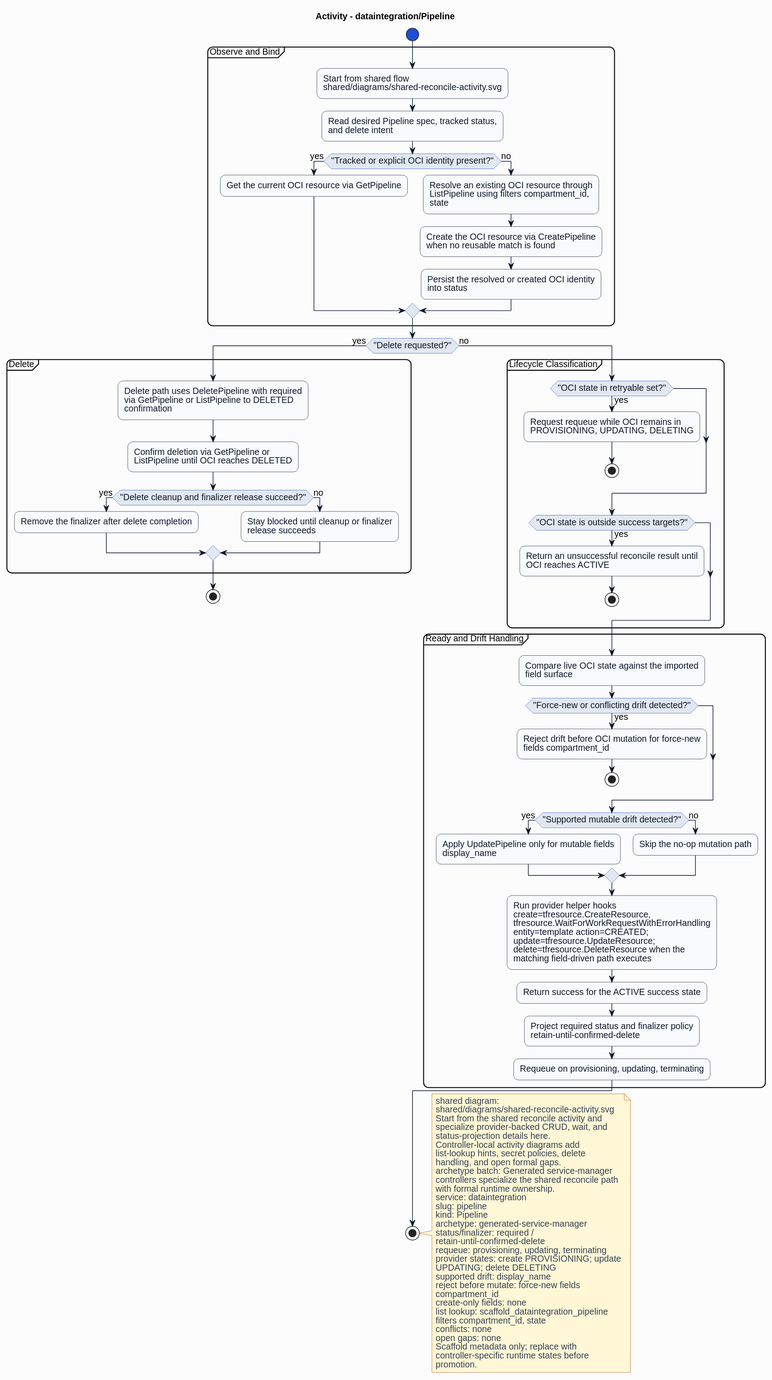
Above: formal/controllers/dataintegration/pipeline/diagrams/activity.svg in HaoyL666/oci-service-operator (PlantUML), before the change. Source of this version:
```plantuml
@startuml
skinparam shadowing false
skinparam backgroundColor #fcfcfd
skinparam defaultFontName Helvetica
skinparam defaultFontSize 14
skinparam arrowColor #0f172a
skinparam noteBackgroundColor #fff7d6
skinparam noteBorderColor #b45309
skinparam noteFontColor #334155
skinparam roundcorner 16
title Activity - dataintegration/Pipeline
skinparam activity {
  backgroundColor #f8fafc
  borderColor #0f172a
  fontColor #0f172a
  diamondBackgroundColor #e2e8f0
  diamondBorderColor #1d4ed8
  diamondFontColor #0f172a
  startColor #1d4ed8
  endColor #0f172a
  barColor #1d4ed8
}
start
partition "Observe and Bind" {
:Start from shared flow\nshared/diagrams/shared-reconcile-activity.svg;
:Read desired Pipeline spec, tracked status,\nand delete intent;
if ("Tracked or explicit OCI identity present?") then (yes)
:Get the current OCI resource via GetPipeline;
else (no)
:Resolve an existing OCI resource through\nListPipeline using filters compartment_id,\nstate;
:Create the OCI resource via CreatePipeline\nwhen no reusable match is found;
:Persist the resolved or created OCI identity\ninto status;
endif
}
if ("Delete requested?") then (yes)
partition "Delete" {
:Delete path uses DeletePipeline with required\nvia GetPipeline or ListPipeline to DELETED\nconfirmation;
:Confirm deletion via GetPipeline or\nListPipeline until OCI reaches DELETED;
if ("Delete cleanup and finalizer release succeed?") then (yes)
:Remove the finalizer after delete completion;
else (no)
:Stay blocked until cleanup or finalizer\nrelease succeeds;
endif
}
stop
else (no)
partition "Lifecycle Classification" {
if ("OCI state in retryable set?") then (yes)
:Request requeue while OCI remains in\nPROVISIONING, UPDATING, DELETING;
stop
endif
if ("OCI state is outside success targets?") then (yes)
:Return an unsuccessful reconcile result until\nOCI reaches ACTIVE;
stop
endif
}
partition "Ready and Drift Handling" {
:Compare live OCI state against the imported\nfield surface;
if ("Force-new or conflicting drift detected?") then (yes)
:Reject drift before OCI mutation for force-new\nfields compartment_id;
stop
endif
if ("Supported mutable drift detected?") then (yes)
:Apply UpdatePipeline only for mutable fields\ndisplay_name;
else (no)
:Skip the no-op mutation path;
endif
:Run provider helper hooks\ncreate=tfresource.CreateResource,\ntfresource.WaitForWorkRequestWithErrorHandling\nentity=template action=CREATED;\nupdate=tfresource.UpdateResource;\ndelete=tfresource.DeleteResource when the\nmatching field-driven path executes;
:Return success for the ACTIVE success state;
:Project required status and finalizer policy\nretain-until-confirmed-delete;
:Requeue on provisioning, updating, terminating;
}
endif
stop
note right
shared diagram:
shared/diagrams/shared-reconcile-activity.svg
Start from the shared reconcile activity and
specialize provider-backed CRUD, wait, and
status-projection details here.
Controller-local activity diagrams add
list-lookup hints, secret policies, delete
handling, and open formal gaps.
archetype batch: Generated service-manager
controllers specialize the shared reconcile path
with formal runtime ownership.
service: dataintegration
slug: pipeline
kind: Pipeline
archetype: generated-service-manager
status/finalizer: required /
retain-until-confirmed-delete
requeue: provisioning, updating, terminating
provider states: create PROVISIONING; update
UPDATING; delete DELETING
supported drift: display_name
reject before mutate: force-new fields
compartment_id
create-only fields: none
list lookup: scaffold_dataintegration_pipeline
filters compartment_id, state
conflicts: none
open gaps: none
Scaffold metadata only; replace with
controller-specific runtime states before
promotion.
end note
@enduml
```
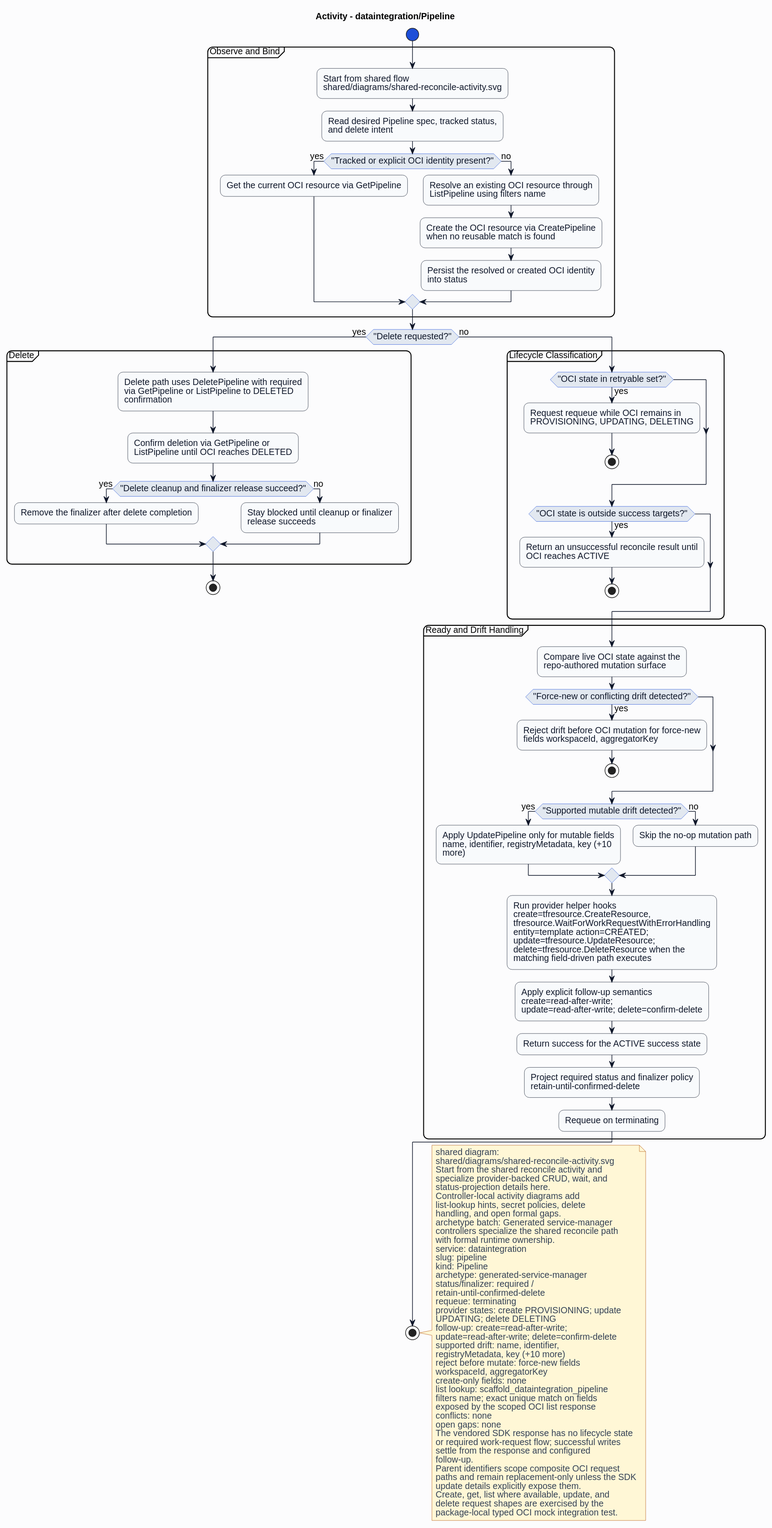
Later version of the same file.

The edit, as a diff of the source:
```diff
@@ -27,7 +27,7 @@
 if ("Tracked or explicit OCI identity present?") then (yes)
 :Get the current OCI resource via GetPipeline;
 else (no)
-:Resolve an existing OCI resource through\nListPipeline using filters compartment_id,\nstate;
+:Resolve an existing OCI resource through\nListPipeline using filters name;
 :Create the OCI resource via CreatePipeline\nwhen no reusable match is found;
 :Persist the resolved or created OCI identity\ninto status;
 endif
@@ -55,20 +55,21 @@
 endif
 }
 partition "Ready and Drift Handling" {
-:Compare live OCI state against the imported\nfield surface;
+:Compare live OCI state against the\nrepo-authored mutation surface;
 if ("Force-new or conflicting drift detected?") then (yes)
-:Reject drift before OCI mutation for force-new\nfields compartment_id;
+:Reject drift before OCI mutation for force-new\nfields workspaceId, aggregatorKey;
 stop
 endif
 if ("Supported mutable drift detected?") then (yes)
-:Apply UpdatePipeline only for mutable fields\ndisplay_name;
+:Apply UpdatePipeline only for mutable fields\nname, identifier, registryMetadata, key (+10\nmore);
 else (no)
 :Skip the no-op mutation path;
 endif
 :Run provider helper hooks\ncreate=tfresource.CreateResource,\ntfresource.WaitForWorkRequestWithErrorHandling\nentity=template action=CREATED;\nupdate=tfresource.UpdateResource;\ndelete=tfresource.DeleteResource when the\nmatching field-driven path executes;
+:Apply explicit follow-up semantics\ncreate=read-after-write;\nupdate=read-after-write; delete=confirm-delete;
 :Return success for the ACTIVE success state;
 :Project required status and finalizer policy\nretain-until-confirmed-delete;
-:Requeue on provisioning, updating, terminating;
+:Requeue on terminating;
 }
 endif
 stop
@@ -90,19 +91,30 @@
 archetype: generated-service-manager
 status/finalizer: required /
 retain-until-confirmed-delete
-requeue: provisioning, updating, terminating
+requeue: terminating
 provider states: create PROVISIONING; update
 UPDATING; delete DELETING
-supported drift: display_name
+follow-up: create=read-after-write;
+update=read-after-write; delete=confirm-delete
+supported drift: name, identifier,
+registryMetadata, key (+10 more)
 reject before mutate: force-new fields
-compartment_id
+workspaceId, aggregatorKey
 create-only fields: none
 list lookup: scaffold_dataintegration_pipeline
-filters compartment_id, state
+filters name; exact unique match on fields
+exposed by the scoped OCI list response
 conflicts: none
 open gaps: none
-Scaffold metadata only; replace with
-controller-specific runtime states before
-promotion.
+The vendored SDK response has no lifecycle state
+or required work-request flow; successful writes
+settle from the response and configured
+follow-up.
+Parent identifiers scope composite OCI request
+paths and remain replacement-only unless the SDK
+update details explicitly expose them.
+Create, get, list where available, update, and
+delete request shapes are exercised by the
+package-local typed OCI mock integration test.
 end note
 @enduml
```
